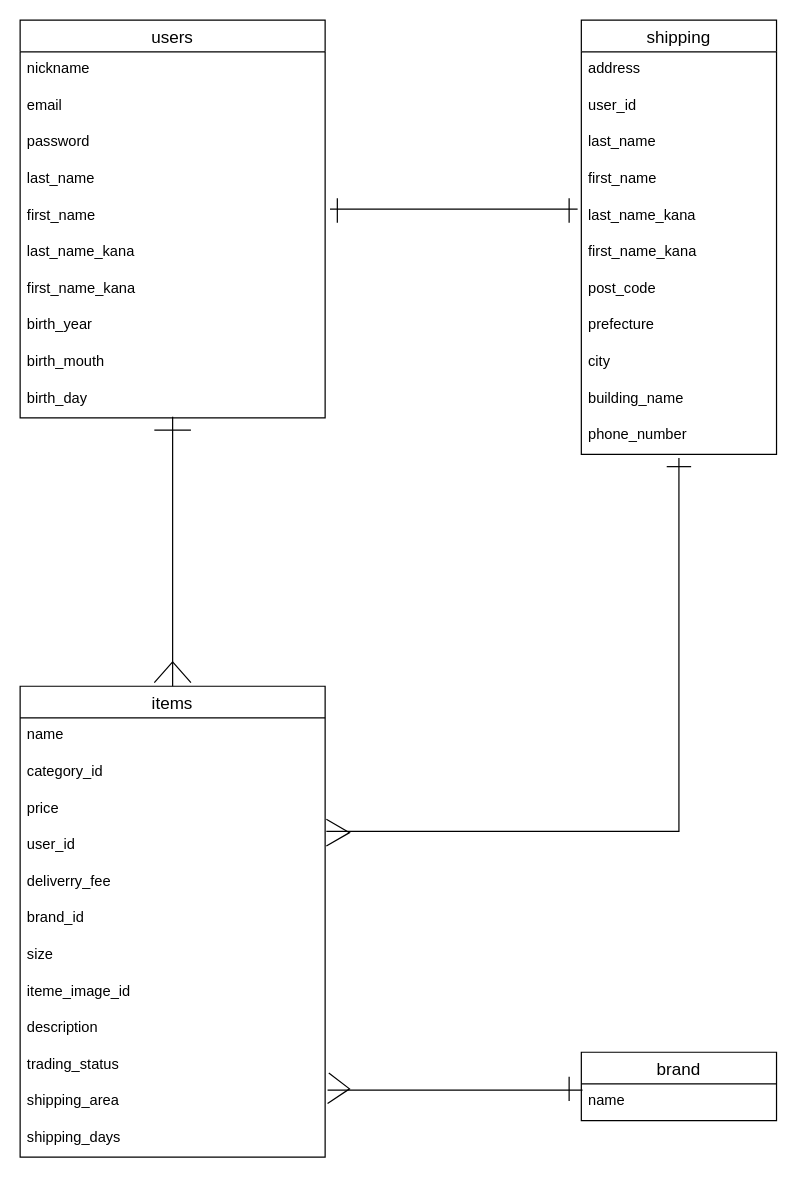
Above: Furima.dio in stitch05/furima-31530 (draw.io), before the change. Source tidied: cells renumbered, new cells numbered last; positions are measured from the earlier drawing's top-left corner, leaving out a move shared by most shapes. Both pictures are drawn from the tidied source at 122%, with x=0, y=0 at pixel (20, 20).
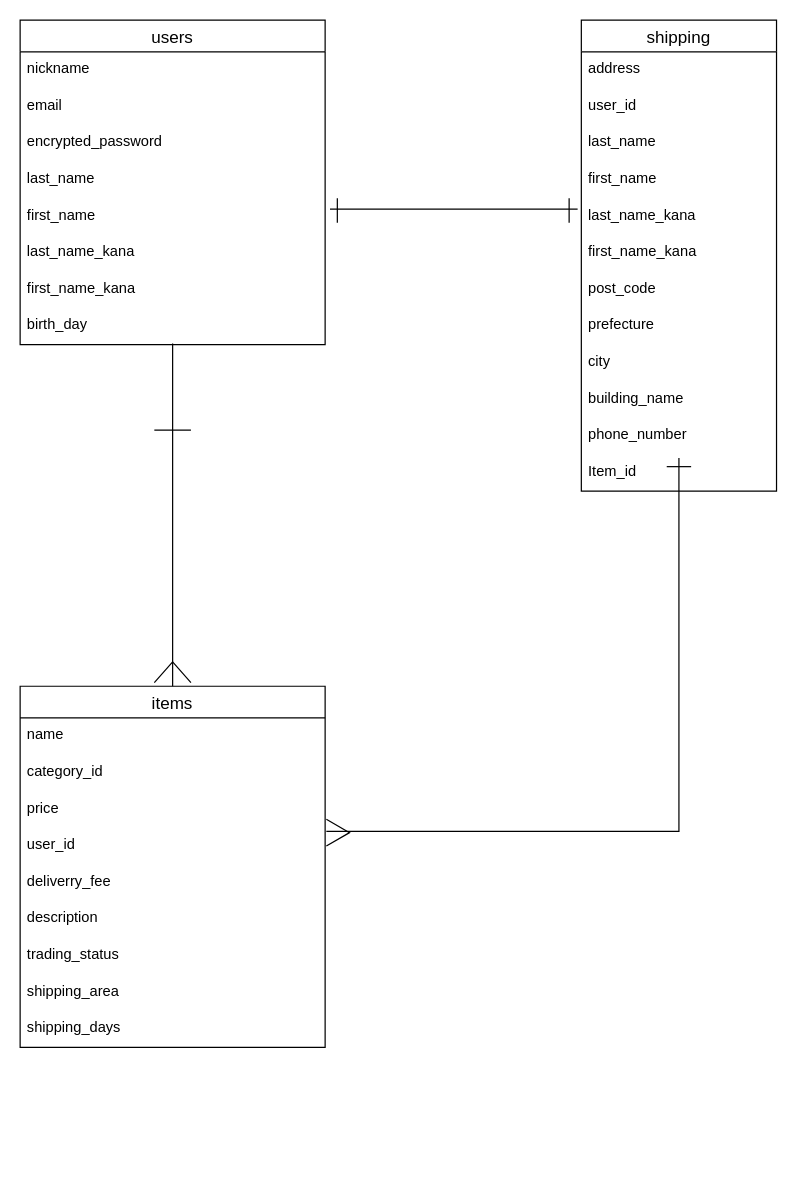
After the change.

What changed in the source:
```diff
@@
     <mxCell id="2" value="users" style="swimlane;fontStyle=0;horizontal=1;startSize=26;align=center;fontSize=14;" parent="1" vertex="1">
-      <mxGeometry width="250" height="326" as="geometry" />
+      <mxGeometry width="250" height="266" as="geometry" />
     </mxCell>
@@
-    <mxCell id="5" value="password" style="text;strokeColor=none;fillColor=none;spacingLeft=4;spacingRight=4;overflow=hidden;fontSize=12;" parent="2" vertex="1">
+    <mxCell id="5" value="encrypted_password" style="text;strokeColor=none;fillColor=none;spacingLeft=4;spacingRight=4;overflow=hidden;fontSize=12;" parent="2" vertex="1">
       <mxGeometry y="86" width="250" height="30" as="geometry" />
     </mxCell>
@@
-    <mxCell id="10" value="birth_year" style="text;strokeColor=none;fillColor=none;spacingLeft=4;spacingRight=4;overflow=hidden;fontSize=12;" parent="2" vertex="1">
-      <mxGeometry y="236" width="250" height="30" as="geometry" />
-    </mxCell>
-    <mxCell id="11" value="birth_mouth" style="text;strokeColor=none;fillColor=none;spacingLeft=4;spacingRight=4;overflow=hidden;fontSize=12;" parent="2" vertex="1">
-      <mxGeometry y="266" width="250" height="30" as="geometry" />
-    </mxCell>
     <mxCell id="12" value="birth_day&#10;" style="text;strokeColor=none;fillColor=none;spacingLeft=4;spacingRight=4;overflow=hidden;points=[[0,0.5],[1,0.5]];portConstraint=eastwest;fontSize=12;" parent="2" vertex="1">
-      <mxGeometry y="296" width="250" height="30" as="geometry" />
+      <mxGeometry y="236" width="250" height="30" as="geometry" />
     </mxCell>
     <mxCell id="13" value="items" style="swimlane;fontStyle=0;horizontal=1;startSize=26;align=center;fontSize=14;" parent="1" vertex="1">
-      <mxGeometry y="546" width="250" height="386" as="geometry" />
+      <mxGeometry y="546" width="250" height="296" as="geometry" />
     </mxCell>
@@
-    <mxCell id="19" value="brand_id" style="text;strokeColor=none;fillColor=none;spacingLeft=4;spacingRight=4;overflow=hidden;fontSize=12;" parent="13" vertex="1">
-      <mxGeometry y="176" width="250" height="30" as="geometry" />
-    </mxCell>
-    <mxCell id="20" value="size" style="text;strokeColor=none;fillColor=none;spacingLeft=4;spacingRight=4;overflow=hidden;fontSize=12;" parent="13" vertex="1">
-      <mxGeometry y="206" width="250" height="30" as="geometry" />
-    </mxCell>
-    <mxCell id="21" value="iteme_image_id&#10;&#10;" style="text;strokeColor=none;fillColor=none;spacingLeft=4;spacingRight=4;overflow=hidden;fontSize=12;" parent="13" vertex="1">
-      <mxGeometry y="236" width="250" height="30" as="geometry" />
-    </mxCell>
     <mxCell id="22" value="description" style="text;strokeColor=none;fillColor=none;spacingLeft=4;spacingRight=4;overflow=hidden;fontSize=12;" parent="13" vertex="1">
-      <mxGeometry y="266" width="250" height="30" as="geometry" />
+      <mxGeometry y="176" width="250" height="30" as="geometry" />
     </mxCell>
     <mxCell id="23" value="trading_status " style="text;strokeColor=none;fillColor=none;spacingLeft=4;spacingRight=4;overflow=hidden;points=[[0,0.5],[1,0.5]];portConstraint=eastwest;fontSize=12;" parent="13" vertex="1">
-      <mxGeometry y="296" width="250" height="30" as="geometry" />
+      <mxGeometry y="206" width="250" height="30" as="geometry" />
     </mxCell>
     <mxCell id="24" value="shipping_area" style="text;strokeColor=none;fillColor=none;spacingLeft=4;spacingRight=4;overflow=hidden;points=[[0,0.5],[1,0.5]];portConstraint=eastwest;fontSize=12;" parent="13" vertex="1">
-      <mxGeometry y="326" width="250" height="30" as="geometry" />
+      <mxGeometry y="236" width="250" height="30" as="geometry" />
     </mxCell>
     <mxCell id="25" value="shipping_days" style="text;strokeColor=none;fillColor=none;spacingLeft=4;spacingRight=4;overflow=hidden;fontSize=12;" parent="13" vertex="1">
-      <mxGeometry y="356" width="250" height="30" as="geometry" />
+      <mxGeometry y="266" width="250" height="30" as="geometry" />
     </mxCell>
-    <mxCell id="26" style="endArrow=none;html=1;rounded=0;exitX=1.012;exitY=0.7;exitDx=0;exitDy=0;exitPerimeter=0;" parent="13" edge="1" source="23">
-      <mxGeometry relative="1" as="geometry">
-        <mxPoint x="252" y="342" as="targetPoint" />
-        <Array as="points">
-          <mxPoint x="270" y="330" />
-        </Array>
-      </mxGeometry>
-    </mxCell>
@@
     <mxCell id="28" value="shipping" style="swimlane;fontStyle=0;horizontal=1;startSize=26;align=center;fontSize=14;" parent="1" vertex="1">
-      <mxGeometry x="460" width="160" height="356" as="geometry" />
+      <mxGeometry x="460" width="160" height="386" as="geometry" />
     </mxCell>
@@
-    <mxCell id="40" value="brand" style="swimlane;fontStyle=0;horizontal=1;startSize=26;align=center;fontSize=14;" parent="1" vertex="1">
-      <mxGeometry x="460" y="846" width="160" height="56" as="geometry" />
-    </mxCell>
-    <mxCell id="41" value="name&#10;" style="text;strokeColor=none;fillColor=none;spacingLeft=4;spacingRight=4;overflow=hidden;points=[[0,0.5],[1,0.5]];portConstraint=eastwest;fontSize=12;" parent="40" vertex="1">
-      <mxGeometry y="26" width="160" height="30" as="geometry" />
-    </mxCell>
+    <mxCell id="52" value="Item_id" style="text;strokeColor=none;fillColor=none;spacingLeft=4;spacingRight=4;overflow=hidden;fontSize=12;" parent="28" vertex="1">
+      <mxGeometry y="356" width="160" height="30" as="geometry" />
+    </mxCell>
@@
-    <mxCell id="45" style="endArrow=none;html=1;rounded=0;entryX=0.006;entryY=0.167;entryDx=0;entryDy=0;entryPerimeter=0;exitX=1.008;exitY=0.167;exitDx=0;exitDy=0;exitPerimeter=0;" parent="1" edge="1" source="24" target="41">
-      <mxGeometry relative="1" as="geometry" />
-    </mxCell>
@@
-    <mxCell id="49" style="endArrow=none;html=1;rounded=0;" parent="1" edge="1">
-      <mxGeometry relative="1" as="geometry">
-        <mxPoint x="450" y="886" as="sourcePoint" />
-        <mxPoint x="450" y="866" as="targetPoint" />
-      </mxGeometry>
-    </mxCell>
```
